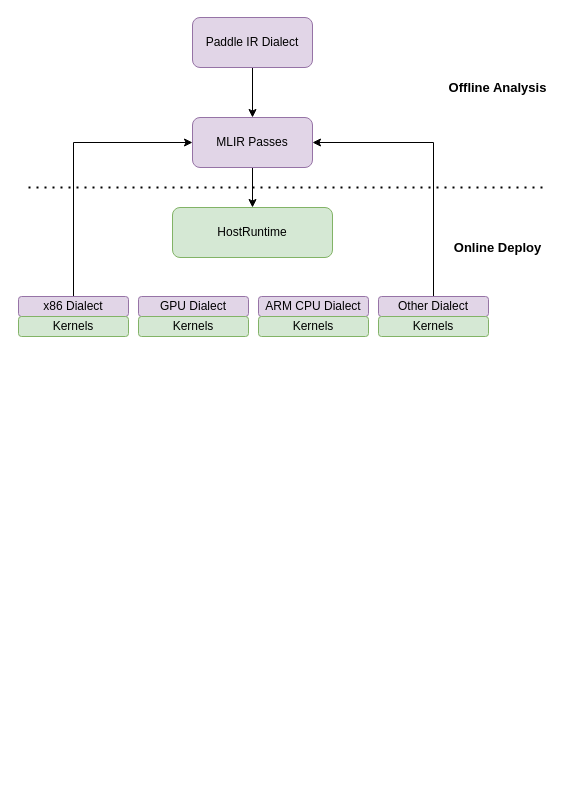
The draw.io diagram cinnrt-overall-ecosystem.drawio in Superjomn/_tmp_images, before the edit. Source tidied: cells renumbered, new cells numbered last; positions are measured from the earlier drawing's top-left corner, leaving out a move shared by most shapes. Both pictures are drawn from the tidied source at 100%, with x=0, y=0 at pixel (18, 17).
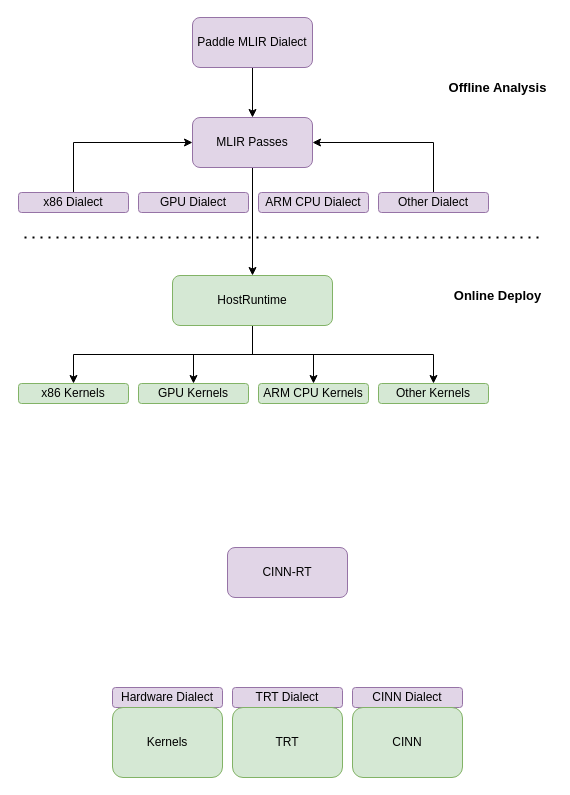
Above is the later version.

What changed in the source:
```diff
@@
-    <mxCell id="3" value="Paddle IR Dialect" style="rounded=1;whiteSpace=wrap;html=1;fillColor=#e1d5e7;strokeColor=#9673a6;" parent="1" vertex="1">
+    <mxCell id="3" value="Paddle MLIR Dialect" style="rounded=1;whiteSpace=wrap;html=1;fillColor=#e1d5e7;strokeColor=#9673a6;" parent="1" vertex="1">
       <mxGeometry x="174" width="120" height="50" as="geometry" />
     </mxCell>
@@
+    <mxCell id="25" style="edgeStyle=orthogonalEdgeStyle;rounded=0;jettySize=auto;html=1;exitX=0.5;exitY=1;exitDx=0;exitDy=0;entryX=0.5;entryY=0;entryDx=0;entryDy=0;fontSize=13;" parent="1" edge="1" source="6" target="15">
+      <mxGeometry relative="1" as="geometry" />
+    </mxCell>
+    <mxCell id="26" style="edgeStyle=orthogonalEdgeStyle;rounded=0;jettySize=auto;html=1;exitX=0.5;exitY=1;exitDx=0;exitDy=0;entryX=0.5;entryY=0;entryDx=0;entryDy=0;fontSize=13;" parent="1" edge="1" source="6" target="24">
+      <mxGeometry relative="1" as="geometry" />
+    </mxCell>
+    <mxCell id="27" style="edgeStyle=orthogonalEdgeStyle;rounded=0;jettySize=auto;html=1;exitX=0.5;exitY=1;exitDx=0;exitDy=0;entryX=0.5;entryY=0;entryDx=0;entryDy=0;fontSize=13;" parent="1" edge="1" source="6" target="18">
+      <mxGeometry relative="1" as="geometry" />
+    </mxCell>
+    <mxCell id="28" style="edgeStyle=orthogonalEdgeStyle;rounded=0;jettySize=auto;html=1;exitX=0.5;exitY=1;exitDx=0;exitDy=0;entryX=0.5;entryY=0;entryDx=0;entryDy=0;fontSize=13;" parent="1" edge="1" source="6" target="21">
+      <mxGeometry relative="1" as="geometry" />
+    </mxCell>
     <mxCell id="6" value="HostRuntime" style="rounded=1;whiteSpace=wrap;html=1;fillColor=#d5e8d4;strokeColor=#82b366;" parent="1" vertex="1">
-      <mxGeometry x="154" y="190" width="160" height="50" as="geometry" />
+      <mxGeometry x="154" y="258" width="160" height="50" as="geometry" />
     </mxCell>
@@
     <mxCell id="9" style="endArrow=none;dashed=1;html=1;dashPattern=1 3;strokeWidth=2;rounded=0;" parent="1" edge="1">
       <mxGeometry relative="1" as="geometry">
-        <mxPoint x="524" y="170" as="sourcePoint" />
-        <mxPoint x="4" y="170" as="targetPoint" />
+        <mxPoint x="520" y="220" as="sourcePoint" />
+        <mxPoint y="220" as="targetPoint" />
       </mxGeometry>
     </mxCell>
@@
     <mxCell id="11" value="&lt;font style=&quot;font-size: 13px&quot;&gt;&lt;b&gt;Online Deploy&lt;/b&gt;&lt;/font&gt;" style="text;html=1;align=center;verticalAlign=middle;strokeColor=none;fillColor=none;" parent="1" vertex="1">
-      <mxGeometry x="429" y="220" width="100" height="20" as="geometry" />
+      <mxGeometry x="429" y="268" width="100" height="20" as="geometry" />
     </mxCell>
-    <mxCell id="12" style="group;" parent="1" vertex="1">
-      <mxGeometry y="279" width="470" height="40" as="geometry" />
-    </mxCell>
-    <mxCell id="13" style="group;" parent="12" vertex="1">
-      <mxGeometry width="110" height="40" as="geometry" />
-    </mxCell>
+    <mxCell id="29" value="CINN-RT" style="rounded=1;whiteSpace=wrap;html=1;fillColor=#e1d5e7;strokeColor=#9673a6;" parent="1" vertex="1">
+      <mxGeometry x="209" y="530" width="120" height="50" as="geometry" />
+    </mxCell>
+    <mxCell id="30" style="group;" parent="1" vertex="1">
+      <mxGeometry x="94" y="670" width="110" height="90" as="geometry" />
+    </mxCell>
+    <mxCell id="31" value="Hardware Dialect" style="rounded=1;whiteSpace=wrap;html=1;fillColor=#e1d5e7;strokeColor=#9673a6;" parent="30" vertex="1">
+      <mxGeometry width="110" height="20" as="geometry" />
+    </mxCell>
+    <mxCell id="32" value="Kernels" style="rounded=1;whiteSpace=wrap;html=1;fillColor=#d5e8d4;strokeColor=#82b366;" parent="30" vertex="1">
+      <mxGeometry y="20" width="110" height="70" as="geometry" />
+    </mxCell>
+    <mxCell id="33" style="group;" parent="1" vertex="1">
+      <mxGeometry x="214" y="670" width="110" height="90" as="geometry" />
+    </mxCell>
+    <mxCell id="34" value="TRT Dialect" style="rounded=1;whiteSpace=wrap;html=1;fillColor=#e1d5e7;strokeColor=#9673a6;" parent="33" vertex="1">
+      <mxGeometry width="110" height="20" as="geometry" />
+    </mxCell>
+    <mxCell id="35" value="TRT" style="rounded=1;whiteSpace=wrap;html=1;fillColor=#d5e8d4;strokeColor=#82b366;" parent="33" vertex="1">
+      <mxGeometry y="20" width="110" height="70" as="geometry" />
+    </mxCell>
+    <mxCell id="36" style="group;" parent="1" vertex="1">
+      <mxGeometry x="334" y="670" width="110" height="90" as="geometry" />
+    </mxCell>
+    <mxCell id="37" value="CINN Dialect" style="rounded=1;whiteSpace=wrap;html=1;fillColor=#e1d5e7;strokeColor=#9673a6;" parent="36" vertex="1">
+      <mxGeometry width="110" height="20" as="geometry" />
+    </mxCell>
+    <mxCell id="38" value="CINN" style="rounded=1;whiteSpace=wrap;html=1;fillColor=#d5e8d4;strokeColor=#82b366;" parent="36" vertex="1">
+      <mxGeometry y="20" width="110" height="70" as="geometry" />
+    </mxCell>
+    <mxCell id="39" style="group;" parent="1" vertex="1">
+      <mxGeometry y="175" width="470" height="20" as="geometry" />
+    </mxCell>
-    <mxCell id="14" value="x86 Dialect" style="rounded=1;whiteSpace=wrap;html=1;fillColor=#e1d5e7;strokeColor=#9673a6;" parent="13" vertex="1">
+    <mxCell id="14" value="x86 Dialect" style="rounded=1;whiteSpace=wrap;html=1;fillColor=#e1d5e7;strokeColor=#9673a6;" parent="39" vertex="1">
       <mxGeometry width="110" height="20" as="geometry" />
     </mxCell>
+    <mxCell id="17" value="GPU Dialect" style="rounded=1;whiteSpace=wrap;html=1;fillColor=#e1d5e7;strokeColor=#9673a6;" parent="39" vertex="1">
+      <mxGeometry x="120" width="110" height="20" as="geometry" />
+    </mxCell>
+    <mxCell id="20" value="ARM CPU Dialect" style="rounded=1;whiteSpace=wrap;html=1;fillColor=#e1d5e7;strokeColor=#9673a6;" parent="39" vertex="1">
+      <mxGeometry x="240" width="110" height="20" as="geometry" />
+    </mxCell>
+    <mxCell id="23" value="Other Dialect" style="rounded=1;whiteSpace=wrap;html=1;fillColor=#e1d5e7;strokeColor=#9673a6;" parent="39" vertex="1">
+      <mxGeometry x="360" width="110" height="20" as="geometry" />
+    </mxCell>
+    <mxCell id="40" style="group;" parent="1" vertex="1">
+      <mxGeometry y="366" width="470" height="20" as="geometry" />
+    </mxCell>
-    <mxCell id="15" value="Kernels" style="rounded=1;whiteSpace=wrap;html=1;fillColor=#d5e8d4;strokeColor=#82b366;" parent="13" vertex="1">
-      <mxGeometry y="20" width="110" height="20" as="geometry" />
+    <mxCell id="15" value="x86 Kernels" style="rounded=1;whiteSpace=wrap;html=1;fillColor=#d5e8d4;strokeColor=#82b366;" parent="40" vertex="1">
+      <mxGeometry width="110" height="20" as="geometry" />
     </mxCell>
-    <mxCell id="16" style="group;" parent="12" vertex="1">
-      <mxGeometry x="120" width="110" height="40" as="geometry" />
-    </mxCell>
-    <mxCell id="17" value="GPU Dialect" style="rounded=1;whiteSpace=wrap;html=1;fillColor=#e1d5e7;strokeColor=#9673a6;" parent="16" vertex="1">
-      <mxGeometry width="110" height="20" as="geometry" />
-    </mxCell>
-    <mxCell id="18" value="Kernels" style="rounded=1;whiteSpace=wrap;html=1;fillColor=#d5e8d4;strokeColor=#82b366;" parent="16" vertex="1">
-      <mxGeometry y="20" width="110" height="20" as="geometry" />
+    <mxCell id="18" value="GPU Kernels" style="rounded=1;whiteSpace=wrap;html=1;fillColor=#d5e8d4;strokeColor=#82b366;" parent="40" vertex="1">
+      <mxGeometry x="120" width="110" height="20" as="geometry" />
     </mxCell>
-    <mxCell id="19" style="group;" parent="12" vertex="1">
-      <mxGeometry x="240" width="110" height="40" as="geometry" />
-    </mxCell>
-    <mxCell id="20" value="ARM CPU Dialect" style="rounded=1;whiteSpace=wrap;html=1;fillColor=#e1d5e7;strokeColor=#9673a6;" parent="19" vertex="1">
-      <mxGeometry width="110" height="20" as="geometry" />
-    </mxCell>
-    <mxCell id="21" value="Kernels" style="rounded=1;whiteSpace=wrap;html=1;fillColor=#d5e8d4;strokeColor=#82b366;" parent="19" vertex="1">
-      <mxGeometry y="20" width="110" height="20" as="geometry" />
+    <mxCell id="21" value="ARM CPU Kernels" style="rounded=1;whiteSpace=wrap;html=1;fillColor=#d5e8d4;strokeColor=#82b366;" parent="40" vertex="1">
+      <mxGeometry x="240" width="110" height="20" as="geometry" />
     </mxCell>
-    <mxCell id="22" style="group;" parent="12" vertex="1">
-      <mxGeometry x="360" width="110" height="40" as="geometry" />
-    </mxCell>
-    <mxCell id="23" value="Other Dialect" style="rounded=1;whiteSpace=wrap;html=1;fillColor=#e1d5e7;strokeColor=#9673a6;" parent="22" vertex="1">
-      <mxGeometry width="110" height="20" as="geometry" />
-    </mxCell>
-    <mxCell id="24" value="Kernels" style="rounded=1;whiteSpace=wrap;html=1;fillColor=#d5e8d4;strokeColor=#82b366;" parent="22" vertex="1">
-      <mxGeometry y="20" width="110" height="20" as="geometry" />
+    <mxCell id="24" value="Other Kernels" style="rounded=1;whiteSpace=wrap;html=1;fillColor=#d5e8d4;strokeColor=#82b366;" parent="40" vertex="1">
+      <mxGeometry x="360" width="110" height="20" as="geometry" />
     </mxCell>
```
